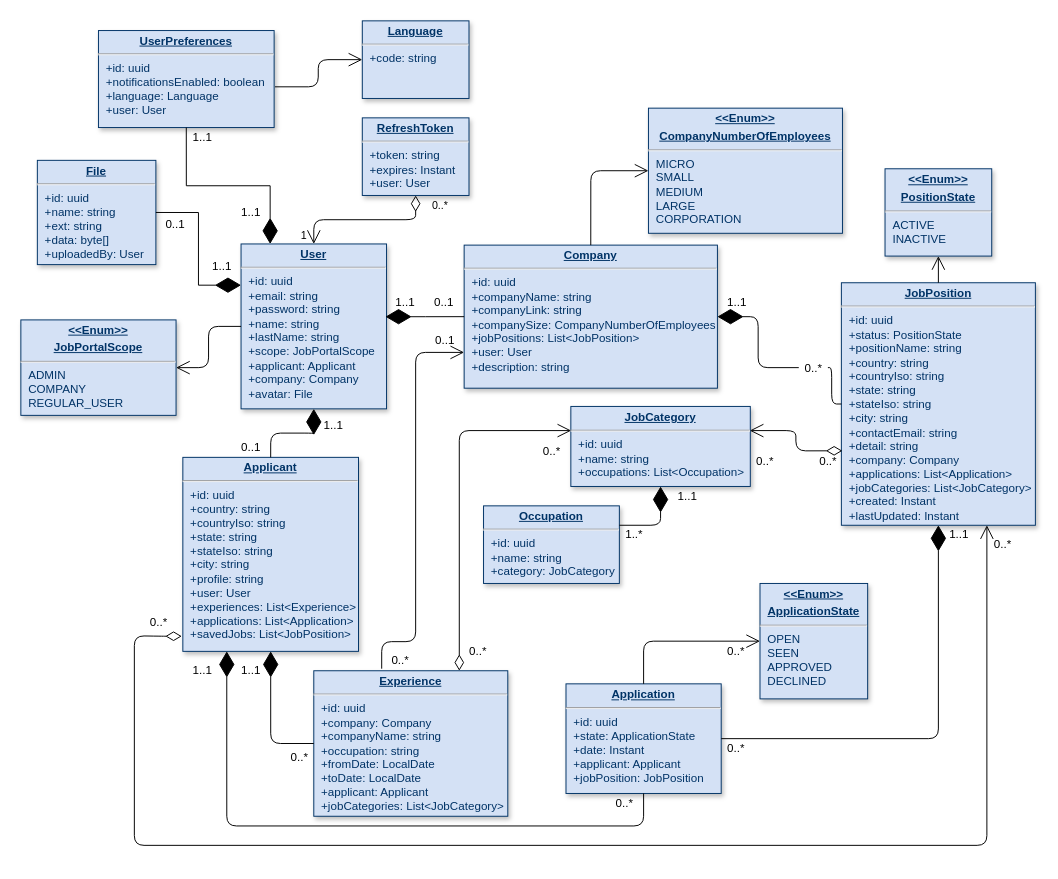
Above: diagrams/Class.drawio in BUTAJI9l-IT/job-portal (draw.io), before the change. Source tidied: cells renumbered, new cells numbered last; positions are measured from the earlier drawing's top-left corner, leaving out a move shared by most shapes. Both pictures are drawn from the tidied source at 97%, with x=0, y=0 at pixel (20, 20).
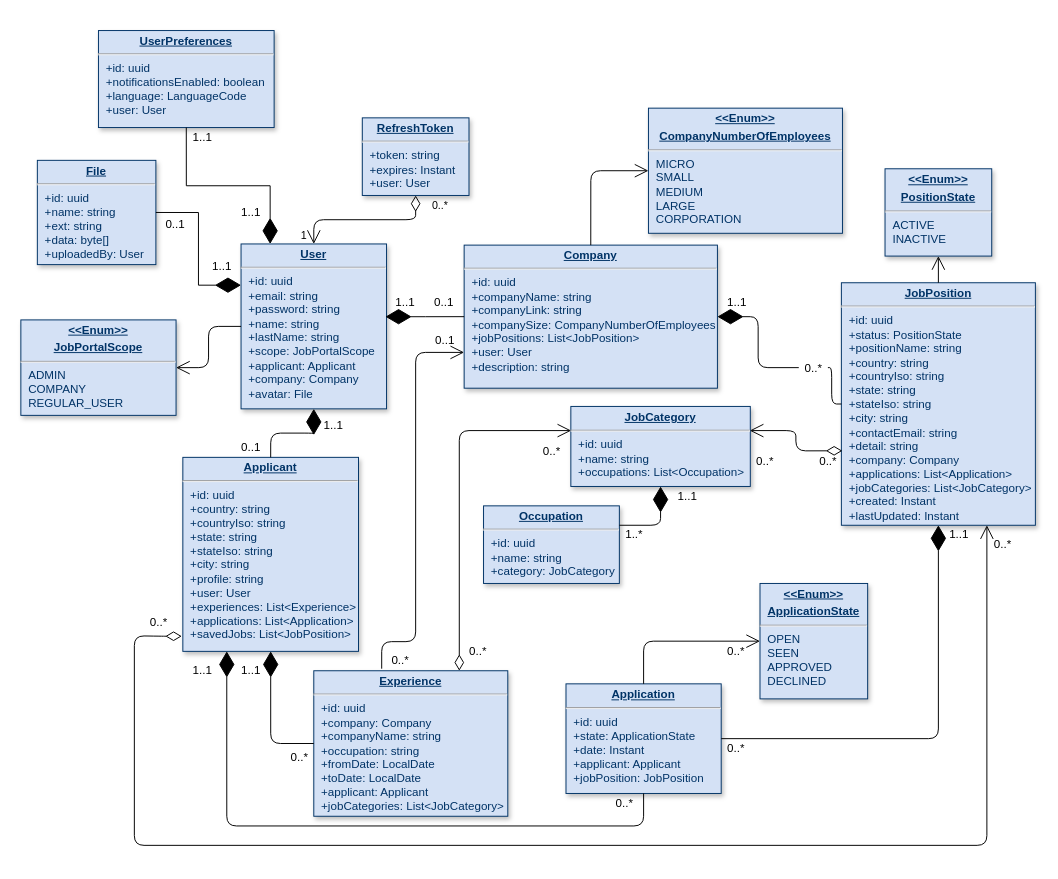
The same page after the edit.

What changed in the source:
```diff
@@
-    <mxCell id="60" value="&lt;p style=&quot;margin: 0px; margin-top: 4px; text-align: center; text-decoration: underline;&quot;&gt;&lt;b&gt;UserPreferences&lt;/b&gt;&lt;/p&gt;&lt;hr&gt;&lt;p style=&quot;margin: 0px; margin-left: 8px;&quot;&gt;+id: uuid&lt;/p&gt;&lt;p style=&quot;margin: 0px; margin-left: 8px;&quot;&gt;+notificationsEnabled: boolean&lt;/p&gt;&lt;p style=&quot;margin: 0px; margin-left: 8px;&quot;&gt;+language: Language&lt;/p&gt;&lt;p style=&quot;margin: 0px 0px 0px 8px;&quot;&gt;+user: User&lt;/p&gt;&lt;p style=&quot;margin: 0px 0px 0px 8px;&quot;&gt;&lt;br&gt;&lt;/p&gt;" style="verticalAlign=top;align=left;overflow=fill;fontSize=12;fontFamily=Helvetica;html=1;strokeColor=#003366;shadow=1;fillColor=#D4E1F5;fontColor=#003366;" parent="1" vertex="1">
+    <mxCell id="60" value="&lt;p style=&quot;margin: 0px; margin-top: 4px; text-align: center; text-decoration: underline;&quot;&gt;&lt;b&gt;UserPreferences&lt;/b&gt;&lt;/p&gt;&lt;hr&gt;&lt;p style=&quot;margin: 0px; margin-left: 8px;&quot;&gt;+id: uuid&lt;/p&gt;&lt;p style=&quot;margin: 0px; margin-left: 8px;&quot;&gt;+notificationsEnabled: boolean&lt;/p&gt;&lt;p style=&quot;margin: 0px; margin-left: 8px;&quot;&gt;+language: LanguageCode&lt;/p&gt;&lt;p style=&quot;margin: 0px 0px 0px 8px;&quot;&gt;+user: User&lt;/p&gt;&lt;p style=&quot;margin: 0px 0px 0px 8px;&quot;&gt;&lt;br&gt;&lt;/p&gt;" style="verticalAlign=top;align=left;overflow=fill;fontSize=12;fontFamily=Helvetica;html=1;strokeColor=#003366;shadow=1;fillColor=#D4E1F5;fontColor=#003366;" parent="1" vertex="1">
       <mxGeometry x="80" y="10" width="181.1" height="100" as="geometry" />
     </mxCell>
@@
-    <mxCell id="64" value="&lt;p style=&quot;margin: 0px; margin-top: 4px; text-align: center; text-decoration: underline;&quot;&gt;&lt;b&gt;Language&lt;/b&gt;&lt;/p&gt;&lt;hr&gt;&lt;p style=&quot;margin: 0px; margin-left: 8px;&quot;&gt;+code: string&lt;/p&gt;&lt;p style=&quot;margin: 0px 0px 0px 8px;&quot;&gt;&lt;br&gt;&lt;/p&gt;" style="verticalAlign=top;align=left;overflow=fill;fontSize=12;fontFamily=Helvetica;html=1;strokeColor=#003366;shadow=1;fillColor=#D4E1F5;fontColor=#003366;" parent="1" vertex="1">
-      <mxGeometry x="352" width="110" height="80" as="geometry" />
-    </mxCell>
-    <mxCell id="65" style="endArrow=open;endFill=1;endSize=12;html=1;rounded=1;labelBackgroundColor=default;fontFamily=Helvetica;fontSize=11;fontColor=none;strokeColor=default;strokeWidth=1;shape=connector;entryX=0;entryY=0.5;entryDx=0;entryDy=0;edgeStyle=orthogonalEdgeStyle;exitX=1.005;exitY=0.58;exitDx=0;exitDy=0;exitPerimeter=0;" parent="1" edge="1" source="60" target="64">
-      <mxGeometry relative="1" as="geometry" />
-    </mxCell>
```
